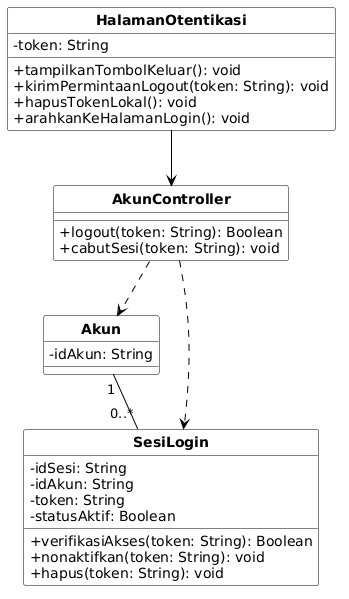
This is docs/M7/assets/diagram/Diagram_Kelas_UC04.png from ghaniyul/IF2150-RPL-K01-G02, a PlantUML export, as it was before one commit. Source of this version:
```plantuml
@startuml
skinparam monochrome true
skinparam shadowing false
skinparam defaultFontName Arial
skinparam classAttributeIconSize 0
skinparam classFontStyle bold
skinparam classBorderColor #000000
skinparam classBackgroundColor #FFFFFF
skinparam arrowColor #000000
skinparam nodesep 55
skinparam ranksep 55

hide circle
hide stereotype

class "HalamanOtentikasi" as C01 {
  - token: String
  + tampilkanTombolKeluar(): void
  + kirimPermintaanLogout(token: String): void
  + hapusTokenLokal(): void
  + arahkanKeHalamanLogin(): void
}

class "AkunController" as C13 {
  + logout(token: String): Boolean
  + cabutSesi(token: String): void
}

class "Akun" as C23 {
  - idAkun: String
}

class "SesiLogin" as C28 {
  - idSesi: String
  - idAkun: String
  - token: String
  - statusAktif: Boolean
  + verifikasiAkses(token: String): Boolean
  + nonaktifkan(token: String): void
  + hapus(token: String): void
}

C01 --> C13
C13 ..> C23
C13 ..> C28
C23 "1" -- "0..*" C28
@enduml
```
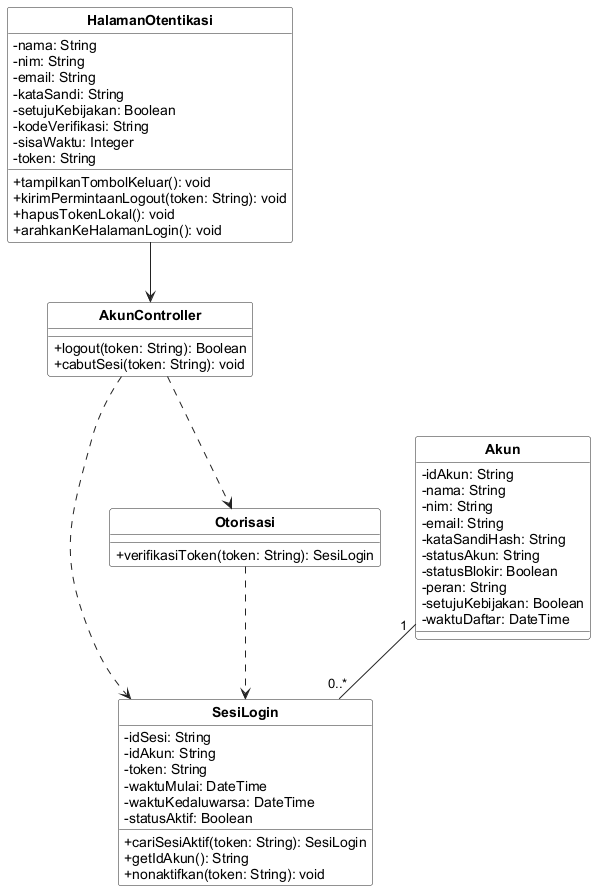
Later version of the same file.

Change to the diagram source:
```diff
@@ -1,47 +1,64 @@
 @startuml
-skinparam monochrome true
 skinparam shadowing false
+skinparam classAttributeIconSize 0
+skinparam classBackgroundColor #FFFFFF
+skinparam classBorderColor #222222
+skinparam arrowColor #222222
+skinparam packageBorderColor #888888
 skinparam defaultFontName Arial
-skinparam classAttributeIconSize 0
 skinparam classFontStyle bold
-skinparam classBorderColor #000000
-skinparam classBackgroundColor #FFFFFF
-skinparam arrowColor #000000
-skinparam nodesep 55
-skinparam ranksep 55
-
+skinparam stereotypeFontSize 10
 hide circle
 hide stereotype
 
+
 class "HalamanOtentikasi" as C01 {
+  - nama: String
+  - nim: String
+  - email: String
+  - kataSandi: String
+  - setujuKebijakan: Boolean
+  - kodeVerifikasi: String
+  - sisaWaktu: Integer
   - token: String
   + tampilkanTombolKeluar(): void
   + kirimPermintaanLogout(token: String): void
   + hapusTokenLokal(): void
   + arahkanKeHalamanLogin(): void
 }
-
 class "AkunController" as C13 {
   + logout(token: String): Boolean
   + cabutSesi(token: String): void
 }
-
 class "Akun" as C23 {
   - idAkun: String
+  - nama: String
+  - nim: String
+  - email: String
+  - kataSandiHash: String
+  - statusAkun: String
+  - statusBlokir: Boolean
+  - peran: String
+  - setujuKebijakan: Boolean
+  - waktuDaftar: DateTime
 }
-
 class "SesiLogin" as C28 {
   - idSesi: String
   - idAkun: String
   - token: String
+  - waktuMulai: DateTime
+  - waktuKedaluwarsa: DateTime
   - statusAktif: Boolean
-  + verifikasiAkses(token: String): Boolean
+  + cariSesiAktif(token: String): SesiLogin
+  + getIdAkun(): String
   + nonaktifkan(token: String): void
-  + hapus(token: String): void
 }
-
+class "Otorisasi" as C41 {
+  + verifikasiToken(token: String): SesiLogin
+}
 C01 --> C13
-C13 ..> C23
 C13 ..> C28
+C13 ..> C41
+C41 ..> C28
 C23 "1" -- "0..*" C28
 @enduml
```
